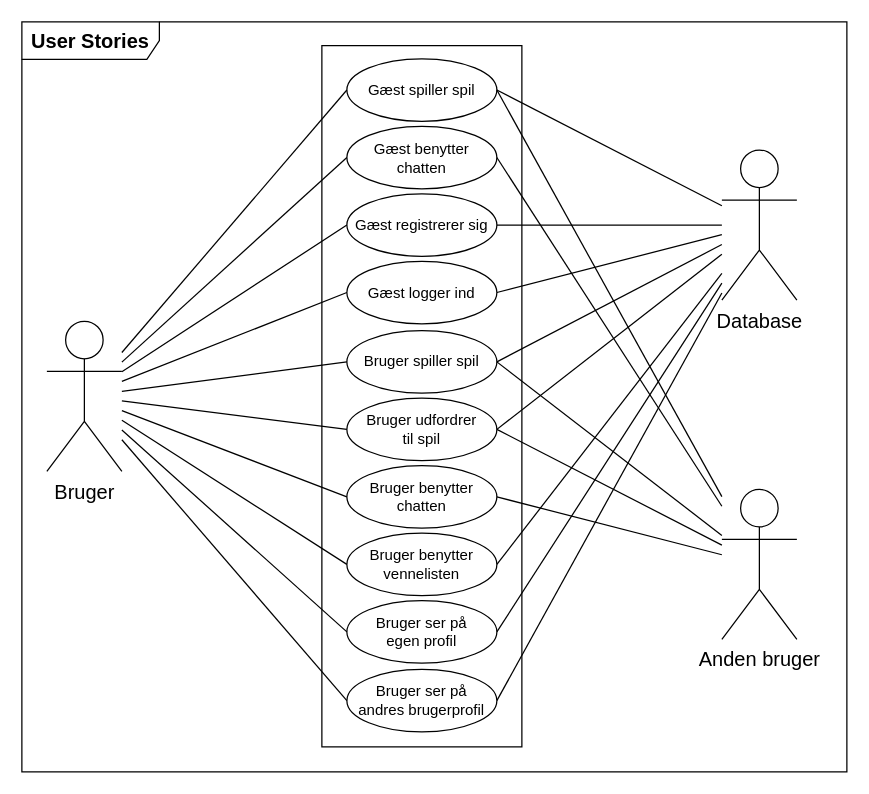
This is page "UserStory diagram" (2 of 3) of KravSpecDiagrammer.drawio from Macradon/I7BAC-PlugNPlay, a draw.io file, before an edit. Source tidied: cells renumbered, new cells numbered last; positions are measured from the earlier drawing's top-left corner, leaving out a move shared by most shapes. Both pictures are drawn from the tidied source at 125%, with x=0, y=0 at pixel (21, 21).
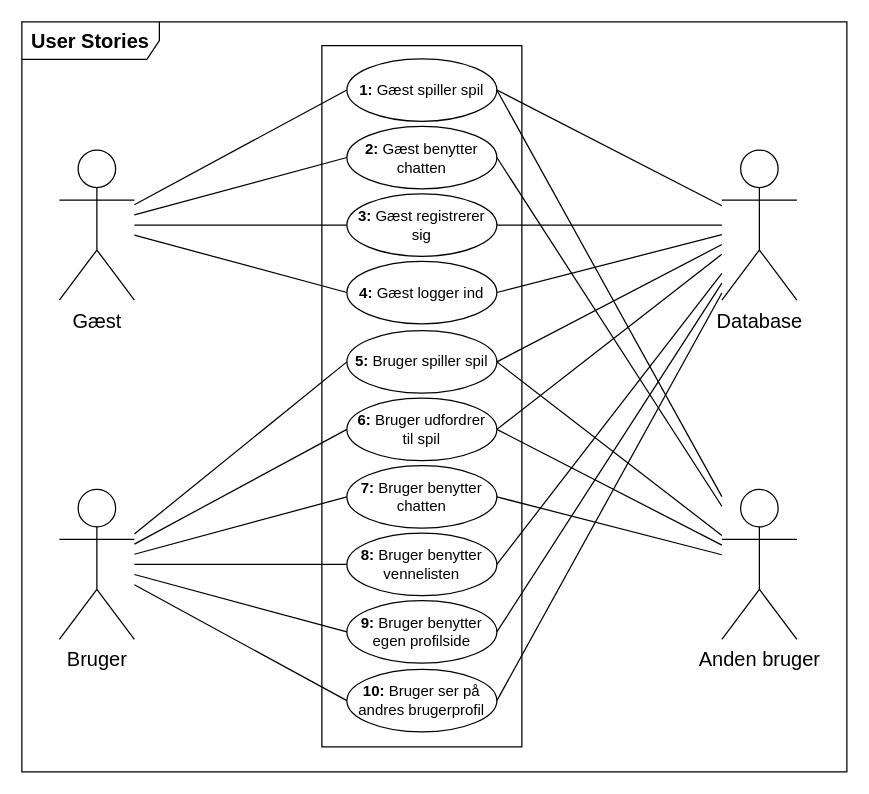
Above is the later version.

The edit, as a diff of the source:
```diff
@@
+    <mxCell id="12" value="&lt;b style=&quot;font-size: 16px;&quot;&gt;User Stories&lt;/b&gt;" style="shape=umlFrame;whiteSpace=wrap;html=1;width=110;height=30;fontSize=16;" parent="1" vertex="1">
+      <mxGeometry width="660" height="600" as="geometry" />
+    </mxCell>
@@
-    <mxCell id="12" value="&lt;b style=&quot;font-size: 16px;&quot;&gt;User Stories&lt;/b&gt;" style="shape=umlFrame;whiteSpace=wrap;html=1;width=110;height=30;fontSize=16;" parent="1" vertex="1">
-      <mxGeometry width="660" height="600" as="geometry" />
-    </mxCell>
-    <mxCell id="13" value="Gæst spiller spil" style="ellipse;whiteSpace=wrap;html=1;" parent="1" vertex="1">
+    <mxCell id="13" value="&lt;b&gt;1:&lt;/b&gt; Gæst spiller spil" style="ellipse;whiteSpace=wrap;html=1;" parent="1" vertex="1">
       <mxGeometry x="260" y="29.5" width="120" height="50" as="geometry" />
     </mxCell>
-    <mxCell id="14" value="Gæst benytter chatten" style="ellipse;whiteSpace=wrap;html=1;" parent="1" vertex="1">
+    <mxCell id="14" value="&lt;b&gt;2:&lt;/b&gt; Gæst benytter chatten" style="ellipse;whiteSpace=wrap;html=1;" parent="1" vertex="1">
       <mxGeometry x="260" y="83.5" width="120" height="50" as="geometry" />
     </mxCell>
-    <mxCell id="15" value="Gæst registrerer sig" style="ellipse;whiteSpace=wrap;html=1;" parent="1" vertex="1">
+    <mxCell id="15" value="&lt;b&gt;3:&lt;/b&gt; Gæst registrerer sig" style="ellipse;whiteSpace=wrap;html=1;" parent="1" vertex="1">
       <mxGeometry x="260" y="137.5" width="120" height="50" as="geometry" />
     </mxCell>
-    <mxCell id="16" value="Gæst logger ind" style="ellipse;whiteSpace=wrap;html=1;" parent="1" vertex="1">
+    <mxCell id="16" value="&lt;b&gt;4:&lt;/b&gt;&amp;nbsp;Gæst logger ind" style="ellipse;whiteSpace=wrap;html=1;" parent="1" vertex="1">
       <mxGeometry x="260" y="191.5" width="120" height="50" as="geometry" />
     </mxCell>
-    <mxCell id="17" value="Bruger spiller spil" style="ellipse;whiteSpace=wrap;html=1;" parent="1" vertex="1">
+    <mxCell id="17" value="&lt;b&gt;5:&amp;nbsp;&lt;/b&gt;Bruger spiller spil" style="ellipse;whiteSpace=wrap;html=1;" parent="1" vertex="1">
       <mxGeometry x="260" y="247" width="120" height="50" as="geometry" />
     </mxCell>
-    <mxCell id="18" value="Bruger udfordrer&lt;br&gt;til spil" style="ellipse;whiteSpace=wrap;html=1;" parent="1" vertex="1">
+    <mxCell id="18" value="&lt;b&gt;6:&amp;nbsp;&lt;/b&gt;Bruger udfordrer&lt;br&gt;til spil" style="ellipse;whiteSpace=wrap;html=1;" parent="1" vertex="1">
       <mxGeometry x="260" y="301" width="120" height="50" as="geometry" />
     </mxCell>
-    <mxCell id="19" value="Bruger benytter chatten" style="ellipse;whiteSpace=wrap;html=1;" parent="1" vertex="1">
+    <mxCell id="19" value="&lt;b&gt;7:&amp;nbsp;&lt;/b&gt;Bruger benytter chatten" style="ellipse;whiteSpace=wrap;html=1;" parent="1" vertex="1">
       <mxGeometry x="260" y="355" width="120" height="50" as="geometry" />
     </mxCell>
-    <mxCell id="20" value="Bruger benytter vennelisten" style="ellipse;whiteSpace=wrap;html=1;" parent="1" vertex="1">
+    <mxCell id="20" value="&lt;b&gt;8:&amp;nbsp;&lt;/b&gt;Bruger benytter vennelisten" style="ellipse;whiteSpace=wrap;html=1;" parent="1" vertex="1">
       <mxGeometry x="260" y="409" width="120" height="50" as="geometry" />
     </mxCell>
-    <mxCell id="21" value="Bruger ser på&lt;br&gt;egen profil" style="ellipse;whiteSpace=wrap;html=1;" parent="1" vertex="1">
+    <mxCell id="21" value="&lt;b&gt;9:&amp;nbsp;&lt;/b&gt;Bruger benytter&lt;br&gt;egen profilside" style="ellipse;whiteSpace=wrap;html=1;" parent="1" vertex="1">
       <mxGeometry x="260" y="463" width="120" height="50" as="geometry" />
     </mxCell>
-    <mxCell id="22" value="Bruger ser på&lt;br&gt;andres brugerprofil" style="ellipse;whiteSpace=wrap;html=1;" parent="1" vertex="1">
+    <mxCell id="22" value="&lt;b&gt;10:&amp;nbsp;&lt;/b&gt;Bruger ser på&lt;br&gt;andres brugerprofil" style="ellipse;whiteSpace=wrap;html=1;" parent="1" vertex="1">
       <mxGeometry x="260" y="518" width="120" height="50" as="geometry" />
     </mxCell>
@@
-    <mxCell id="29" style="edgeStyle=none;rounded=0;jettySize=auto;html=1;entryX=0;entryY=0.5;entryDx=0;entryDy=0;startArrow=none;startFill=0;endArrow=none;endFill=0;fontSize=16;" parent="1" edge="1" source="39" target="13">
-      <mxGeometry relative="1" as="geometry" />
-    </mxCell>
-    <mxCell id="30" style="edgeStyle=none;rounded=0;jettySize=auto;html=1;entryX=0;entryY=0.5;entryDx=0;entryDy=0;startArrow=none;startFill=0;endArrow=none;endFill=0;fontSize=16;" parent="1" edge="1" source="39" target="14">
-      <mxGeometry relative="1" as="geometry" />
-    </mxCell>
-    <mxCell id="31" style="edgeStyle=none;rounded=0;jettySize=auto;html=1;entryX=0;entryY=0.5;entryDx=0;entryDy=0;startArrow=none;startFill=0;endArrow=none;endFill=0;fontSize=16;" parent="1" edge="1" source="39" target="15">
-      <mxGeometry relative="1" as="geometry" />
-    </mxCell>
-    <mxCell id="32" style="edgeStyle=none;rounded=0;jettySize=auto;html=1;entryX=0;entryY=0.5;entryDx=0;entryDy=0;startArrow=none;startFill=0;endArrow=none;endFill=0;fontSize=16;" parent="1" edge="1" source="39" target="16">
-      <mxGeometry relative="1" as="geometry" />
-    </mxCell>
@@
     <mxCell id="39" value="Bruger" style="shape=umlActor;verticalLabelPosition=bottom;verticalAlign=top;html=1;outlineConnect=0;fontSize=16;" parent="1" vertex="1">
-      <mxGeometry x="20" y="239.5" width="60" height="120" as="geometry" />
+      <mxGeometry x="30" y="374" width="60" height="120" as="geometry" />
     </mxCell>
+    <mxCell id="40" style="rounded=0;jettySize=auto;html=1;entryX=0;entryY=0.5;entryDx=0;entryDy=0;endArrow=none;endFill=0;" parent="1" edge="1" source="44" target="13">
+      <mxGeometry relative="1" as="geometry" />
+    </mxCell>
+    <mxCell id="41" style="edgeStyle=none;rounded=0;jettySize=auto;html=1;entryX=0;entryY=0.5;entryDx=0;entryDy=0;endArrow=none;endFill=0;" parent="1" edge="1" source="44" target="14">
+      <mxGeometry relative="1" as="geometry" />
+    </mxCell>
+    <mxCell id="42" style="edgeStyle=none;rounded=0;jettySize=auto;html=1;entryX=0;entryY=0.5;entryDx=0;entryDy=0;endArrow=none;endFill=0;" parent="1" edge="1" source="44" target="15">
+      <mxGeometry relative="1" as="geometry" />
+    </mxCell>
+    <mxCell id="43" style="edgeStyle=none;rounded=0;jettySize=auto;html=1;entryX=0;entryY=0.5;entryDx=0;entryDy=0;endArrow=none;endFill=0;" parent="1" edge="1" source="44" target="16">
+      <mxGeometry relative="1" as="geometry" />
+    </mxCell>
+    <mxCell id="44" value="Gæst" style="shape=umlActor;verticalLabelPosition=bottom;verticalAlign=top;html=1;outlineConnect=0;fontSize=16;" parent="1" vertex="1">
+      <mxGeometry x="30" y="102.5" width="60" height="120" as="geometry" />
+    </mxCell>
```
